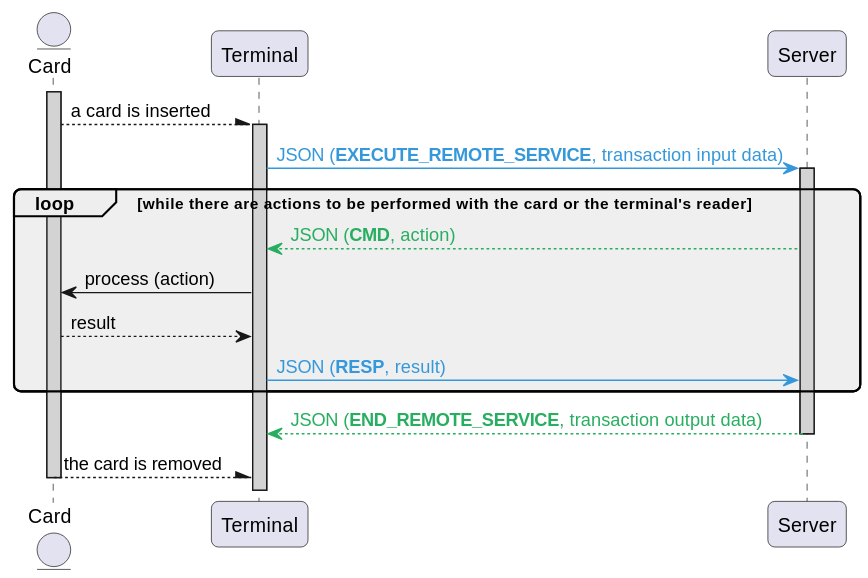
This is static/media/learn/user-guide/distributed-json-api/distributedJsonApi_messagingFlow.svg from eclipse-keyple/keyple-website, a PlantUML export, as it was before one commit. Source of this version:
```plantuml
@startuml

skinparam RoundCorner 10


entity "Card" as card
participant "Terminal" as client
participant "Server" as server

activate card #LightGrey
card --\ client : a card is inserted

activate client #LightGrey
client -[#3498DB]> server : <color: #3498DB>JSON (**EXECUTE_REMOTE_SERVICE**, transaction input data)

activate server #LightGrey

loop #EFEFEF while there are actions to be performed with the card or the terminal's reader
    server -[#27AE60]-> client : <color:#27AE60>JSON (**CMD**, action)
    client -> card : process (action)
    card --> client : result
    client -[#3498DB]> server : <color: #3498DB>JSON (**RESP**, result)
end

server -[#27AE60]-> client : <color:#27AE60>JSON (**END_REMOTE_SERVICE**, transaction output data)
deactivate server

card --\ client : the card is removed
deactivate card
@enduml
```
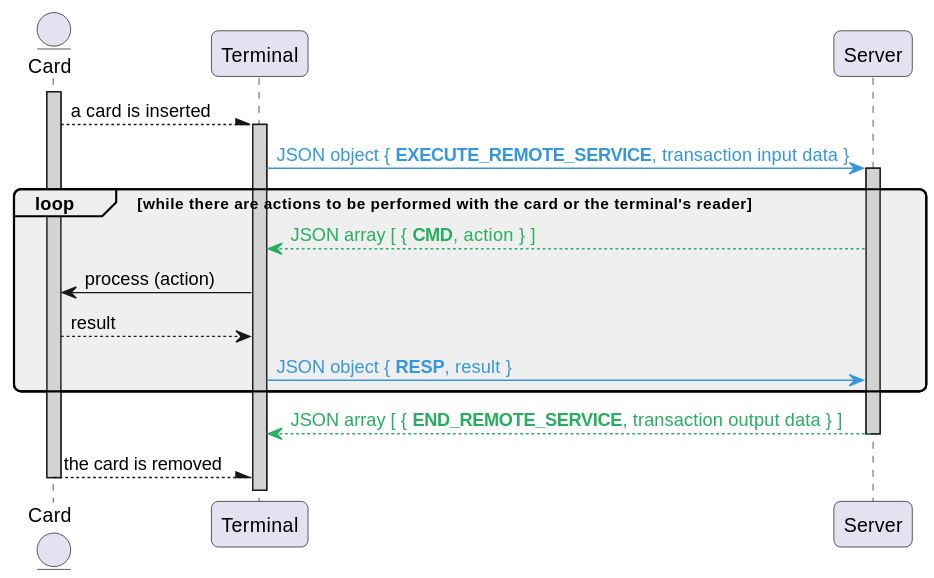
After the commit.

What changed in the source:
```diff
@@ -11,18 +11,18 @@
 card --\ client : a card is inserted
 
 activate client #LightGrey
-client -[#3498DB]> server : <color: #3498DB>JSON (**EXECUTE_REMOTE_SERVICE**, transaction input data)
+client -[#3498DB]> server : <color: #3498DB>JSON object { **EXECUTE_REMOTE_SERVICE**, transaction input data }
 
 activate server #LightGrey
 
 loop #EFEFEF while there are actions to be performed with the card or the terminal's reader
-    server -[#27AE60]-> client : <color:#27AE60>JSON (**CMD**, action)
+    server -[#27AE60]-> client : <color:#27AE60>JSON array [ { **CMD**, action } ]
     client -> card : process (action)
     card --> client : result
-    client -[#3498DB]> server : <color: #3498DB>JSON (**RESP**, result)
+    client -[#3498DB]> server : <color: #3498DB>JSON object { **RESP**, result }
 end
 
-server -[#27AE60]-> client : <color:#27AE60>JSON (**END_REMOTE_SERVICE**, transaction output data)
+server -[#27AE60]-> client : <color:#27AE60>JSON array [ { **END_REMOTE_SERVICE**, transaction output data } ]
 deactivate server
 
 card --\ client : the card is removed
```
